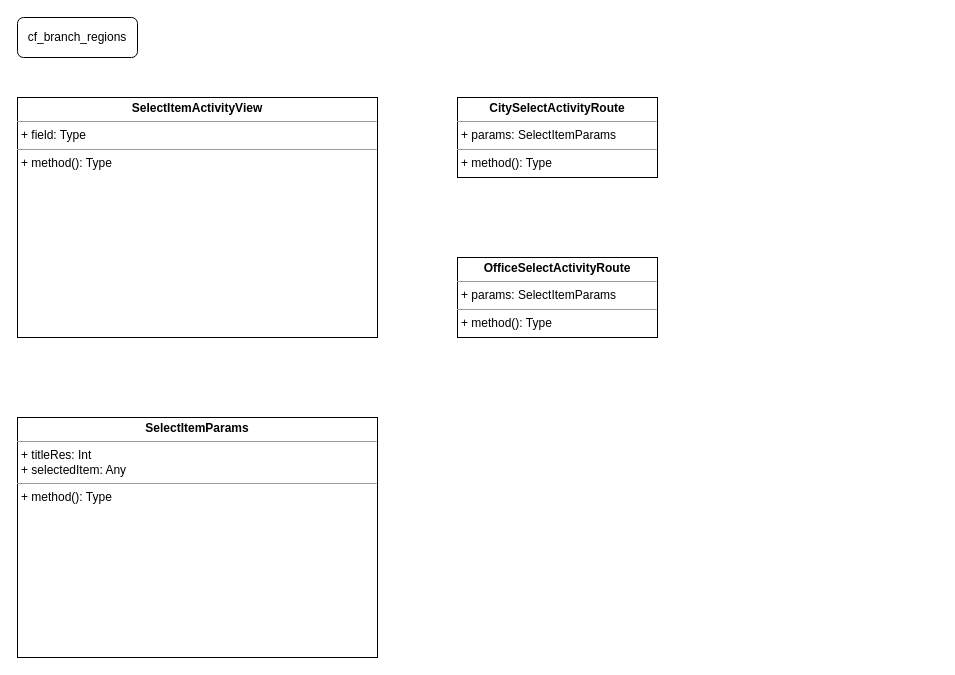
The draw.io diagram UNI-15928.drawio in ShiryaevNikolay/diagrams, before the edit. Source tidied: cells renumbered, new cells numbered last; positions are measured from the earlier drawing's top-left corner, leaving out a move shared by most shapes. Both pictures are drawn from the tidied source at 100%, with x=0, y=0 at pixel (17, 17).
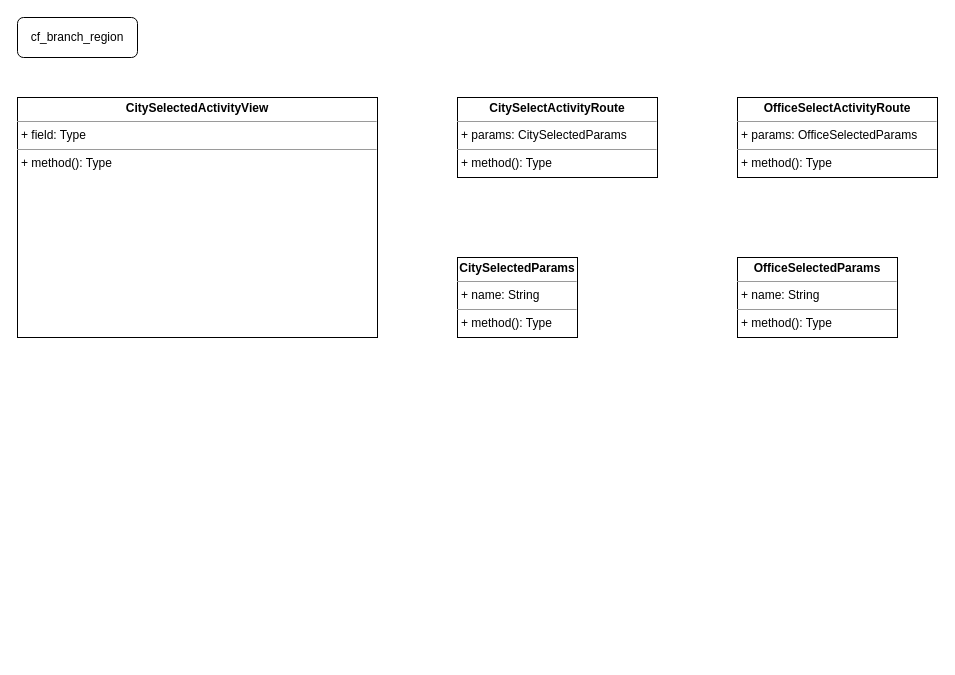
The same page after the edit.

Diff of the diagram source:
```diff
@@
 <mxGraphModel>
   <root>
     <mxCell id="0" />
     <mxCell id="1" parent="0" />
-    <mxCell id="2" value="&lt;p style=&quot;margin: 0px ; margin-top: 4px ; text-align: center&quot;&gt;&lt;b&gt;SelectItemActivityView&lt;/b&gt;&lt;/p&gt;&lt;hr size=&quot;1&quot;&gt;&lt;p style=&quot;margin: 0px ; margin-left: 4px&quot;&gt;+ field: Type&lt;/p&gt;&lt;hr size=&quot;1&quot;&gt;&lt;p style=&quot;margin: 0px ; margin-left: 4px&quot;&gt;+ method(): Type&lt;/p&gt;" style="verticalAlign=top;align=left;overflow=fill;fontSize=12;fontFamily=Helvetica;html=1;" parent="1" vertex="1">
+    <mxCell id="2" value="&lt;p style=&quot;margin: 0px ; margin-top: 4px ; text-align: center&quot;&gt;&lt;b&gt;CitySelectedActivityView&lt;/b&gt;&lt;/p&gt;&lt;hr size=&quot;1&quot;&gt;&lt;p style=&quot;margin: 0px ; margin-left: 4px&quot;&gt;+ field: Type&lt;/p&gt;&lt;hr size=&quot;1&quot;&gt;&lt;p style=&quot;margin: 0px ; margin-left: 4px&quot;&gt;+ method(): Type&lt;/p&gt;" style="verticalAlign=top;align=left;overflow=fill;fontSize=12;fontFamily=Helvetica;html=1;" parent="1" vertex="1">
       <mxGeometry y="80" width="360" height="240" as="geometry" />
     </mxCell>
-    <mxCell id="3" value="&lt;p style=&quot;margin: 0px ; margin-top: 4px ; text-align: center&quot;&gt;&lt;b&gt;CitySelectActivityRoute&lt;/b&gt;&lt;/p&gt;&lt;hr size=&quot;1&quot;&gt;&lt;p style=&quot;margin: 0px ; margin-left: 4px&quot;&gt;+ params: SelectItemParams&lt;br&gt;&lt;/p&gt;&lt;hr size=&quot;1&quot;&gt;&lt;p style=&quot;margin: 0px ; margin-left: 4px&quot;&gt;+ method(): Type&lt;/p&gt;" style="verticalAlign=top;align=left;overflow=fill;fontSize=12;fontFamily=Helvetica;html=1;" parent="1" vertex="1">
+    <mxCell id="3" value="&lt;p style=&quot;margin: 0px ; margin-top: 4px ; text-align: center&quot;&gt;&lt;b&gt;CitySelectActivityRoute&lt;/b&gt;&lt;/p&gt;&lt;hr size=&quot;1&quot;&gt;&lt;p style=&quot;margin: 0px ; margin-left: 4px&quot;&gt;+ params: CitySelectedParams&lt;br&gt;&lt;/p&gt;&lt;hr size=&quot;1&quot;&gt;&lt;p style=&quot;margin: 0px ; margin-left: 4px&quot;&gt;+ method(): Type&lt;/p&gt;" style="verticalAlign=top;align=left;overflow=fill;fontSize=12;fontFamily=Helvetica;html=1;" parent="1" vertex="1">
       <mxGeometry x="440" y="80" width="200" height="80" as="geometry" />
     </mxCell>
-    <mxCell id="4" value="&lt;p style=&quot;margin: 0px ; margin-top: 4px ; text-align: center&quot;&gt;&lt;b&gt;SelectItemParams&lt;/b&gt;&lt;br&gt;&lt;/p&gt;&lt;hr size=&quot;1&quot;&gt;&lt;p style=&quot;margin: 0px ; margin-left: 4px&quot;&gt;+ titleRes: Int&lt;/p&gt;&lt;p style=&quot;margin: 0px ; margin-left: 4px&quot;&gt;+ selectedItem: Any&lt;/p&gt;&lt;hr size=&quot;1&quot;&gt;&lt;p style=&quot;margin: 0px ; margin-left: 4px&quot;&gt;+ method(): Type&lt;/p&gt;" style="verticalAlign=top;align=left;overflow=fill;fontSize=12;fontFamily=Helvetica;html=1;" parent="1" vertex="1">
-      <mxGeometry y="400" width="360" height="240" as="geometry" />
+    <mxCell id="4" value="&lt;p style=&quot;margin: 0px ; margin-top: 4px ; text-align: center&quot;&gt;&lt;b&gt;CitySelectedParams&lt;/b&gt;&lt;br&gt;&lt;/p&gt;&lt;hr size=&quot;1&quot;&gt;&lt;p style=&quot;margin: 0px ; margin-left: 4px&quot;&gt;+ name: String&lt;/p&gt;&lt;hr size=&quot;1&quot;&gt;&lt;p style=&quot;margin: 0px ; margin-left: 4px&quot;&gt;+ method(): Type&lt;/p&gt;" style="verticalAlign=top;align=left;overflow=fill;fontSize=12;fontFamily=Helvetica;html=1;" parent="1" vertex="1">
+      <mxGeometry x="440" y="240" width="120" height="80" as="geometry" />
     </mxCell>
-    <mxCell id="5" value="&lt;p style=&quot;margin: 0px ; margin-top: 4px ; text-align: center&quot;&gt;&lt;b&gt;OfficeSelectActivityRoute&lt;/b&gt;&lt;/p&gt;&lt;hr size=&quot;1&quot;&gt;&lt;p style=&quot;margin: 0px ; margin-left: 4px&quot;&gt;+ params: SelectItemParams&lt;br&gt;&lt;/p&gt;&lt;hr size=&quot;1&quot;&gt;&lt;p style=&quot;margin: 0px ; margin-left: 4px&quot;&gt;+ method(): Type&lt;/p&gt;" style="verticalAlign=top;align=left;overflow=fill;fontSize=12;fontFamily=Helvetica;html=1;" parent="1" vertex="1">
-      <mxGeometry x="440" y="240" width="200" height="80" as="geometry" />
+    <mxCell id="5" value="&lt;p style=&quot;margin: 0px ; margin-top: 4px ; text-align: center&quot;&gt;&lt;b&gt;OfficeSelectActivityRoute&lt;/b&gt;&lt;/p&gt;&lt;hr size=&quot;1&quot;&gt;&lt;p style=&quot;margin: 0px ; margin-left: 4px&quot;&gt;+ params: OfficeSelectedParams&lt;br&gt;&lt;/p&gt;&lt;hr size=&quot;1&quot;&gt;&lt;p style=&quot;margin: 0px ; margin-left: 4px&quot;&gt;+ method(): Type&lt;/p&gt;" style="verticalAlign=top;align=left;overflow=fill;fontSize=12;fontFamily=Helvetica;html=1;" parent="1" vertex="1">
+      <mxGeometry x="720" y="80" width="200" height="80" as="geometry" />
     </mxCell>
-    <mxCell id="6" value="&lt;div&gt;cf_branch_regions&lt;/div&gt;" style="rounded=1;whiteSpace=wrap;html=1;" parent="1" vertex="1">
-      <mxGeometry width="120" height="40" as="geometry" />
-    </mxCell>
+    <mxCell id="7" value="&lt;p style=&quot;margin: 0px ; margin-top: 4px ; text-align: center&quot;&gt;&lt;b&gt;OfficeSelectedParams&lt;/b&gt;&lt;br&gt;&lt;/p&gt;&lt;hr size=&quot;1&quot;&gt;&lt;p style=&quot;margin: 0px ; margin-left: 4px&quot;&gt;+ name: String&lt;/p&gt;&lt;hr size=&quot;1&quot;&gt;&lt;p style=&quot;margin: 0px ; margin-left: 4px&quot;&gt;+ method(): Type&lt;/p&gt;" style="verticalAlign=top;align=left;overflow=fill;fontSize=12;fontFamily=Helvetica;html=1;" parent="1" vertex="1">
+      <mxGeometry x="720" y="240" width="160" height="80" as="geometry" />
+    </mxCell>
+    <mxCell id="8" value="cf_branch_region" style="rounded=1;whiteSpace=wrap;html=1;" parent="1" vertex="1">
+      <mxGeometry width="120" height="40" as="geometry" />
+    </mxCell>
   </root>
 </mxGraphModel>
```
